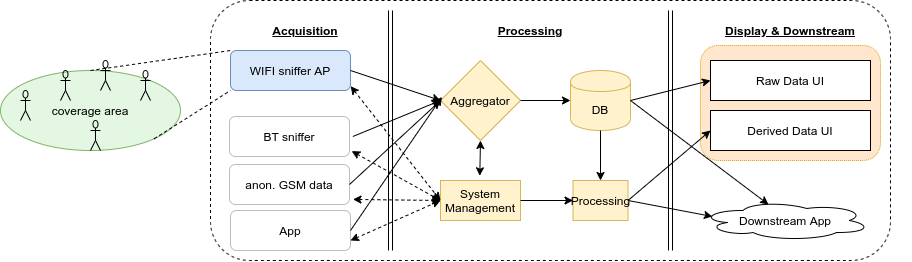
Before: tech overview.png, a diagram exported from draw.io (WVV-0012-72/StayOrGo.design). Source tidied: cells renumbered, new cells last; positions are measured from the earlier drawing's top-left corner, leaving out a move shared by most shapes.
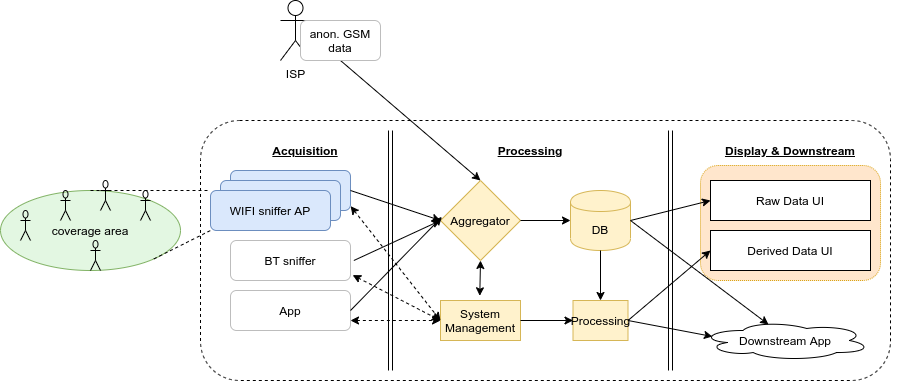
After the commit.

The edit, as a diff of the source:
```diff
@@ -3,7 +3,7 @@
     <mxCell id="0" />
     <mxCell id="1" parent="0" />
     <mxCell id="2" style="rounded=1;whiteSpace=wrap;html=1;dashed=1;" parent="1" vertex="1">
-      <mxGeometry x="210" width="680" height="260" as="geometry" />
+      <mxGeometry x="200" width="690" height="260" as="geometry" />
     </mxCell>
     <mxCell id="3" style="rounded=1;whiteSpace=wrap;html=1;dashed=1;dashPattern=1 1;fillColor=#ffe6cc;strokeColor=#d79b00;" parent="1" vertex="1">
       <mxGeometry x="700" y="45" width="180" height="115" as="geometry" />
@@ -15,13 +15,10 @@
       <mxGeometry x="230" y="50" width="120" height="40" as="geometry" />
     </mxCell>
     <mxCell id="6" value="BT sniffer" style="rounded=1;whiteSpace=wrap;html=1;strokeColor=#BDBDBD;" parent="1" vertex="1">
-      <mxGeometry x="229" y="116" width="120" height="40" as="geometry" />
+      <mxGeometry x="230" y="120" width="120" height="40" as="geometry" />
     </mxCell>
-    <mxCell id="7" value="anon. GSM data" style="rounded=1;whiteSpace=wrap;html=1;strokeColor=#BDBDBD;" parent="1" vertex="1">
-      <mxGeometry x="229" y="164" width="120" height="40" as="geometry" />
-    </mxCell>
     <mxCell id="8" value="App" style="rounded=1;whiteSpace=wrap;html=1;strokeColor=#BDBDBD;" parent="1" vertex="1">
-      <mxGeometry x="230" y="210" width="120" height="40" as="geometry" />
+      <mxGeometry x="230" y="170" width="120" height="40" as="geometry" />
     </mxCell>
     <mxCell id="9" style="shape=link;html=1;" parent="1" edge="1">
       <mxGeometry relative="1" as="geometry">
@@ -35,7 +32,7 @@
     <mxCell id="11" value="Aggregator" style="rhombus;whiteSpace=wrap;html=1;fillColor=#fff2cc;strokeColor=#d6b656;" parent="1" vertex="1">
       <mxGeometry x="440" y="60" width="80" height="80" as="geometry" />
     </mxCell>
-    <mxCell id="12" style="endArrow=classic;html=1;exitX=1;exitY=0.5;exitDx=0;exitDy=0;entryX=0;entryY=0.5;entryDx=0;entryDy=0;" parent="1" edge="1" source="7" target="11">
+    <mxCell id="12" style="endArrow=classic;html=1;exitX=0.5;exitY=1;exitDx=0;exitDy=0;entryX=0.5;entryY=0;entryDx=0;entryDy=0;" parent="1" edge="1" source="7" target="11">
       <mxGeometry relative="1" as="geometry" />
     </mxCell>
     <mxCell id="13" style="endArrow=classic;html=1;exitX=1;exitY=0.5;exitDx=0;exitDy=0;entryX=0.018;entryY=0.455;entryDx=0;entryDy=0;entryPerimeter=0;" parent="1" edge="1" source="8" target="11">
@@ -100,11 +97,6 @@
         <mxPoint x="440" y="200" as="targetPoint" />
       </mxGeometry>
     </mxCell>
-    <mxCell id="30" style="endArrow=classic;html=1;dashed=1;exitX=1.029;exitY=0.873;exitDx=0;exitDy=0;exitPerimeter=0;entryX=0;entryY=0.5;entryDx=0;entryDy=0;startArrow=classic;startFill=1;" parent="1" edge="1" source="7">
-      <mxGeometry relative="1" as="geometry">
-        <mxPoint x="440" y="200" as="targetPoint" />
-      </mxGeometry>
-    </mxCell>
     <mxCell id="31" style="endArrow=classic;html=1;dashed=1;exitX=1;exitY=0.75;exitDx=0;exitDy=0;entryX=0;entryY=0.5;entryDx=0;entryDy=0;startArrow=classic;startFill=1;" parent="1" edge="1" source="8">
       <mxGeometry relative="1" as="geometry">
         <mxPoint x="440" y="200" as="targetPoint" />
@@ -125,10 +117,10 @@
     <mxCell id="36" value="coverage area" style="ellipse;whiteSpace=wrap;html=1;strokeColor=#82b366;fillColor=#E3F7E2;" parent="1" vertex="1">
       <mxGeometry y="70" width="180" height="80" as="geometry" />
     </mxCell>
-    <mxCell id="37" style="endArrow=none;dashed=1;html=1;entryX=0;entryY=0;entryDx=0;entryDy=0;exitX=0.5;exitY=0;exitDx=0;exitDy=0;" parent="1" edge="1" source="36" target="5">
+    <mxCell id="37" style="endArrow=none;dashed=1;html=1;entryX=0;entryY=0;entryDx=0;entryDy=0;exitX=0.5;exitY=0;exitDx=0;exitDy=0;" parent="1" edge="1" source="36" target="45">
       <mxGeometry relative="1" as="geometry" />
     </mxCell>
-    <mxCell id="38" style="endArrow=none;dashed=1;html=1;entryX=0;entryY=1;entryDx=0;entryDy=0;exitX=1;exitY=1;exitDx=0;exitDy=0;" parent="1" edge="1" source="36" target="5">
+    <mxCell id="38" style="endArrow=none;dashed=1;html=1;entryX=0;entryY=1;entryDx=0;entryDy=0;exitX=1;exitY=1;exitDx=0;exitDy=0;" parent="1" edge="1" source="36" target="45">
       <mxGeometry relative="1" as="geometry" />
     </mxCell>
     <mxCell id="39" style="shape=umlActor;verticalLabelPosition=bottom;labelBackgroundColor=#ffffff;verticalAlign=top;html=1;strokeColor=#000000;fillColor=none;" parent="1" vertex="1">
@@ -146,5 +138,20 @@
     <mxCell id="43" style="shape=umlActor;verticalLabelPosition=bottom;labelBackgroundColor=#ffffff;verticalAlign=top;html=1;strokeColor=#000000;fillColor=none;" parent="1" vertex="1">
       <mxGeometry x="90" y="120" width="10" height="30" as="geometry" />
     </mxCell>
+    <mxCell id="44" value="WIFI sniffer AP" style="rounded=1;whiteSpace=wrap;html=1;fillColor=#dae8fc;strokeColor=#6c8ebf;" parent="1" vertex="1">
+      <mxGeometry x="220" y="60" width="120" height="40" as="geometry" />
+    </mxCell>
+    <mxCell id="45" value="WIFI sniffer AP" style="rounded=1;whiteSpace=wrap;html=1;fillColor=#dae8fc;strokeColor=#6c8ebf;" parent="1" vertex="1">
+      <mxGeometry x="210" y="70" width="120" height="40" as="geometry" />
+    </mxCell>
+    <mxCell id="46" style="group;" parent="1" vertex="1">
+      <mxGeometry x="280" y="-120" width="100" height="60" as="geometry" />
+    </mxCell>
+    <mxCell id="47" value="ISP" style="shape=umlActor;verticalLabelPosition=bottom;labelBackgroundColor=#ffffff;verticalAlign=top;html=1;" parent="46" vertex="1">
+      <mxGeometry width="30" height="60" as="geometry" />
+    </mxCell>
+    <mxCell id="7" value="anon. GSM data" style="rounded=1;whiteSpace=wrap;html=1;strokeColor=#BDBDBD;" parent="46" vertex="1">
+      <mxGeometry x="20" y="20" width="80" height="40" as="geometry" />
+    </mxCell>
   </root>
 </mxGraphModel>
```
